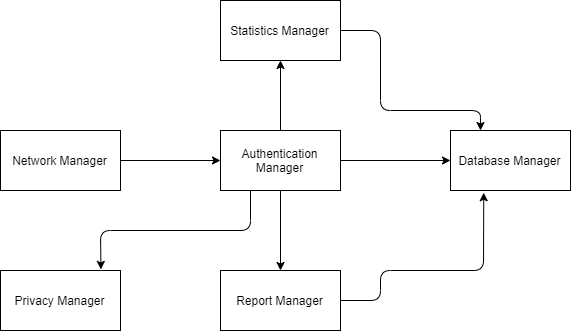
Above: DD/img/integration/Server_test.png in dariomiceli3/SafeStreet (draw.io), before the change. Source tidied: cells renumbered, new cells last; positions are measured from the earlier drawing's top-left corner, leaving out a move shared by most shapes. Source of this version:
```xml
<mxGraphModel>
  <root>
    <mxCell id="0" />
    <mxCell id="1" parent="0" />
    <mxCell id="2" value="Privacy Manager" style="rounded=0;whiteSpace=wrap;html=1;" parent="1" vertex="1">
      <mxGeometry y="270" width="120" height="60" as="geometry" />
    </mxCell>
    <mxCell id="3" value="Report Manager" style="rounded=0;whiteSpace=wrap;html=1;" parent="1" vertex="1">
      <mxGeometry x="220" y="270" width="120" height="60" as="geometry" />
    </mxCell>
    <mxCell id="4" value="Statistics Manager" style="rounded=0;whiteSpace=wrap;html=1;" parent="1" vertex="1">
      <mxGeometry x="220" width="120" height="60" as="geometry" />
    </mxCell>
    <mxCell id="5" value="Database Manager" style="rounded=0;whiteSpace=wrap;html=1;" parent="1" vertex="1">
      <mxGeometry x="450" y="130" width="120" height="60" as="geometry" />
    </mxCell>
    <mxCell id="6" value="Authentication Manager" style="rounded=0;whiteSpace=wrap;html=1;" parent="1" vertex="1">
      <mxGeometry x="220" y="130" width="120" height="60" as="geometry" />
    </mxCell>
    <mxCell id="7" value="Network Manager" style="rounded=0;whiteSpace=wrap;html=1;" parent="1" vertex="1">
      <mxGeometry y="130" width="120" height="60" as="geometry" />
    </mxCell>
    <mxCell id="8" style="endArrow=classic;html=1;entryX=0;entryY=0.5;entryDx=0;entryDy=0;exitX=1;exitY=0.5;exitDx=0;exitDy=0;" parent="1" edge="1" source="7" target="6">
      <mxGeometry relative="1" as="geometry" />
    </mxCell>
    <mxCell id="9" style="endArrow=classic;html=1;exitX=0.5;exitY=1;exitDx=0;exitDy=0;entryX=0.5;entryY=0;entryDx=0;entryDy=0;" parent="1" edge="1" source="6" target="3">
      <mxGeometry relative="1" as="geometry" />
    </mxCell>
    <mxCell id="10" style="endArrow=classic;html=1;entryX=0;entryY=0.5;entryDx=0;entryDy=0;exitX=1;exitY=0.5;exitDx=0;exitDy=0;" parent="1" edge="1" source="6" target="5">
      <mxGeometry relative="1" as="geometry" />
    </mxCell>
    <mxCell id="11" style="endArrow=classic;html=1;entryX=0.837;entryY=-0.018;entryDx=0;entryDy=0;entryPerimeter=0;exitX=0.25;exitY=1;exitDx=0;exitDy=0;" parent="1" edge="1" source="6" target="2">
      <mxGeometry relative="1" as="geometry">
        <Array as="points">
          <mxPoint x="250" y="230" />
          <mxPoint x="100" y="230" />
        </Array>
      </mxGeometry>
    </mxCell>
    <mxCell id="12" style="endArrow=classic;html=1;entryX=0.5;entryY=1;entryDx=0;entryDy=0;exitX=0.5;exitY=0;exitDx=0;exitDy=0;" parent="1" edge="1" source="6" target="4">
      <mxGeometry relative="1" as="geometry" />
    </mxCell>
    <mxCell id="13" style="endArrow=classic;html=1;exitX=1;exitY=0.5;exitDx=0;exitDy=0;entryX=0.25;entryY=0;entryDx=0;entryDy=0;" parent="1" edge="1" source="4" target="5">
      <mxGeometry relative="1" as="geometry">
        <Array as="points">
          <mxPoint x="380" y="30" />
          <mxPoint x="380" y="110" />
          <mxPoint x="480" y="110" />
        </Array>
      </mxGeometry>
    </mxCell>
    <mxCell id="14" style="endArrow=classic;html=1;entryX=0.277;entryY=1.037;entryDx=0;entryDy=0;entryPerimeter=0;exitX=1;exitY=0.5;exitDx=0;exitDy=0;" parent="1" edge="1" source="3" target="5">
      <mxGeometry relative="1" as="geometry">
        <Array as="points">
          <mxPoint x="380" y="300" />
          <mxPoint x="380" y="270" />
          <mxPoint x="483" y="270" />
        </Array>
      </mxGeometry>
    </mxCell>
  </root>
</mxGraphModel>
```
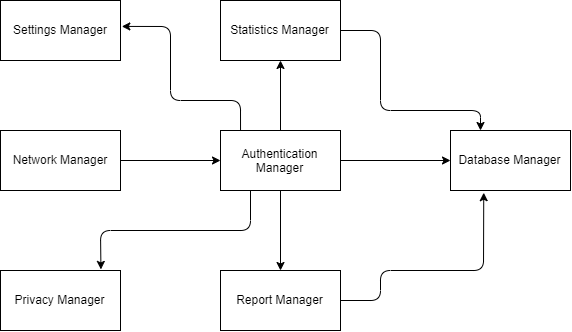
Later version of the same file.

Diff of the diagram source:
```diff
@@ -58,5 +58,17 @@
         </Array>
       </mxGeometry>
     </mxCell>
+    <mxCell id="15" value="Settings Manager" style="rounded=0;whiteSpace=wrap;html=1;" parent="1" vertex="1">
+      <mxGeometry width="120" height="60" as="geometry" />
+    </mxCell>
+    <mxCell id="16" style="endArrow=classic;html=1;entryX=1.011;entryY=0.432;entryDx=0;entryDy=0;entryPerimeter=0;exitX=0.167;exitY=0;exitDx=0;exitDy=0;exitPerimeter=0;" parent="1" edge="1" source="6" target="15">
+      <mxGeometry relative="1" as="geometry">
+        <Array as="points">
+          <mxPoint x="240" y="100" />
+          <mxPoint x="170" y="100" />
+          <mxPoint x="170" y="26" />
+        </Array>
+      </mxGeometry>
+    </mxCell>
   </root>
 </mxGraphModel>
```
